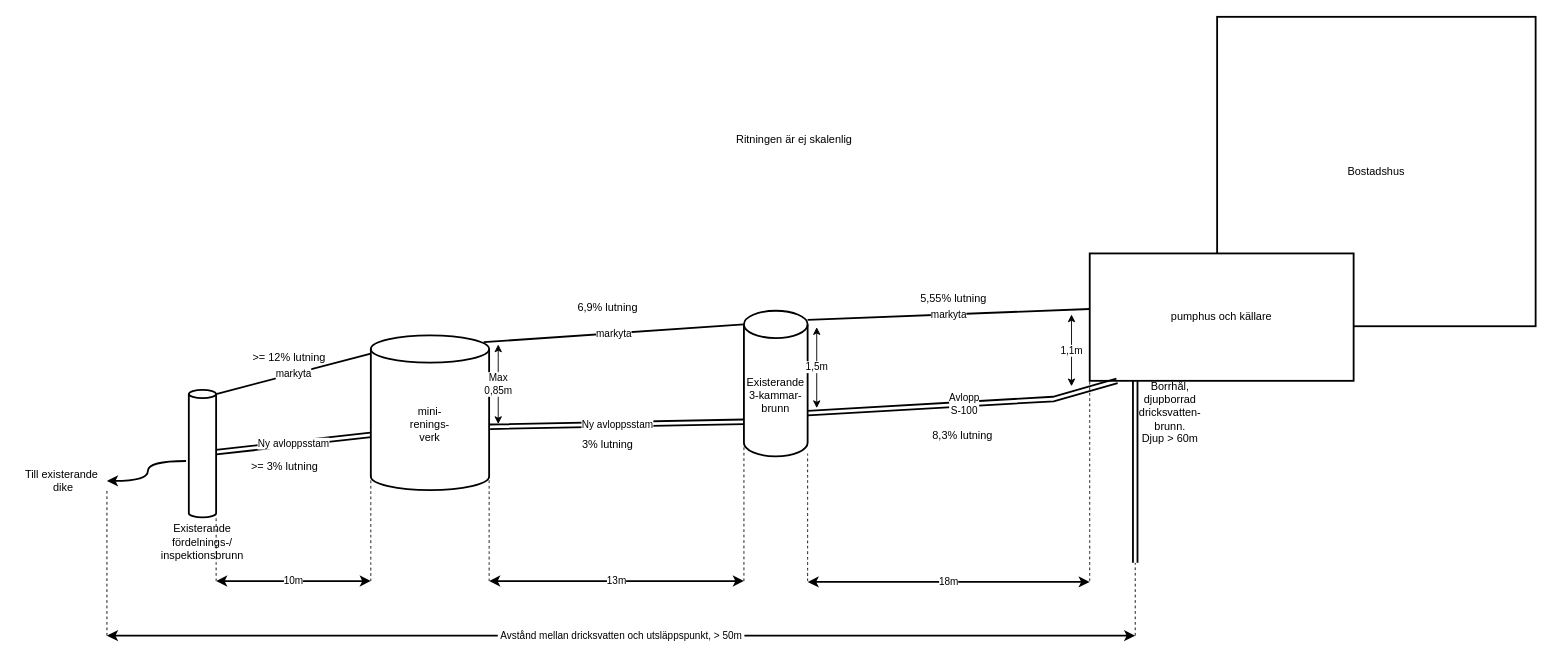
The draw.io diagram avlopp/avlopp.drawio in arizon-dread/drawio, before the edit. Source tidied: cells renumbered, new cells numbered last; positions are measured from the earlier drawing's top-left corner, leaving out a move shared by most shapes. Both pictures are drawn from the tidied source at 91%, with x=0, y=0 at pixel (15, 16).
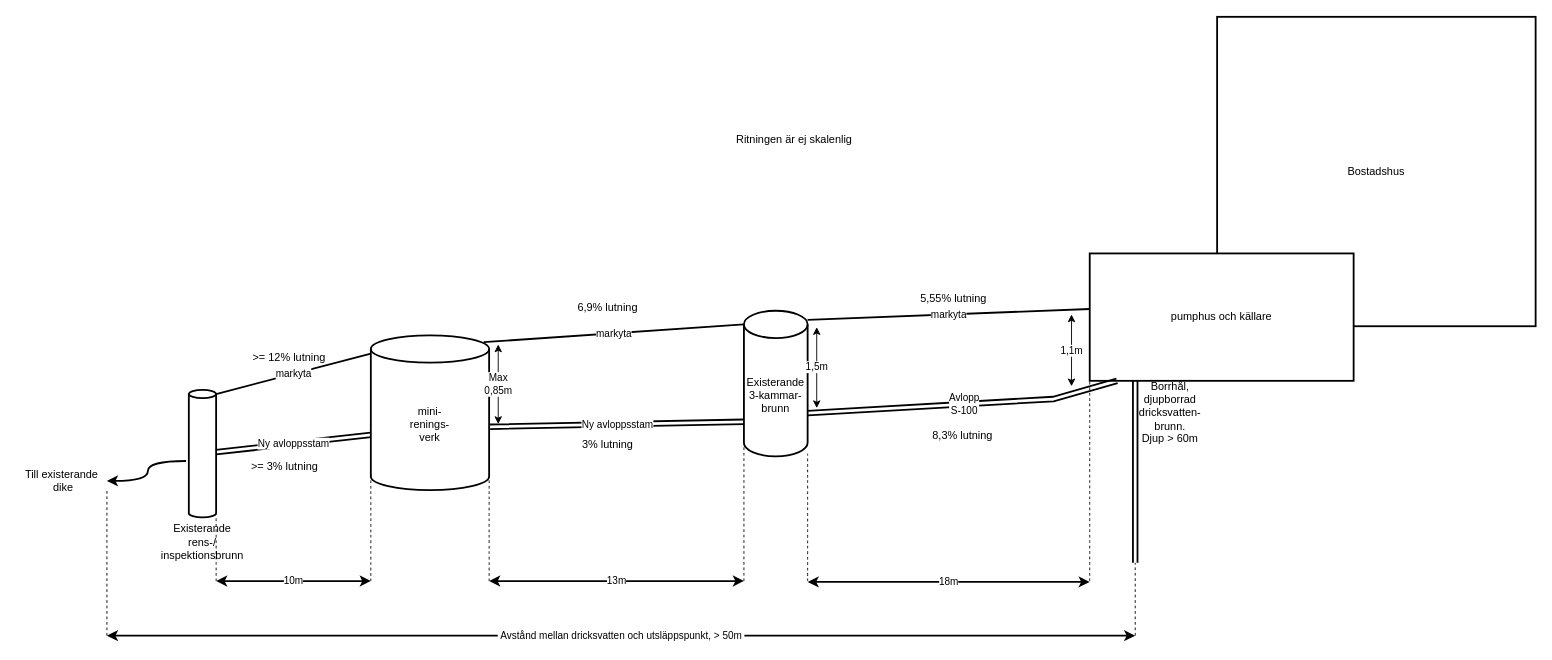
Above is the later version.

Commit message:
fördelningsbrunn -> rensbrunn

Change to the diagram source:
```diff
@@
-    <mxCell id="11" value="&lt;br&gt;&lt;br&gt;&lt;br&gt;&lt;br&gt;&lt;br&gt;&lt;br&gt;&lt;br&gt;&lt;br&gt;&lt;br&gt;&lt;br&gt;&lt;br&gt;&lt;br&gt;&lt;br&gt;Existerande&lt;br&gt;fördelnings-/&lt;br&gt;inspektionsbrunn" style="shape=cylinder3;whiteSpace=wrap;html=1;boundedLbl=1;backgroundOutline=1;size=4.52941176470614;strokeWidth=2;" parent="1" vertex="1">
+    <mxCell id="11" value="&lt;br&gt;&lt;br&gt;&lt;br&gt;&lt;br&gt;&lt;br&gt;&lt;br&gt;&lt;br&gt;&lt;br&gt;&lt;br&gt;&lt;br&gt;&lt;br&gt;&lt;br&gt;&lt;br&gt;Existerande&lt;br&gt;rens-/&lt;br&gt;inspektionsbrunn" style="shape=cylinder3;whiteSpace=wrap;html=1;boundedLbl=1;backgroundOutline=1;size=4.52941176470614;strokeWidth=2;" parent="1" vertex="1">
       <mxGeometry x="190" y="410" width="30" height="140" as="geometry" />
     </mxCell>
```
